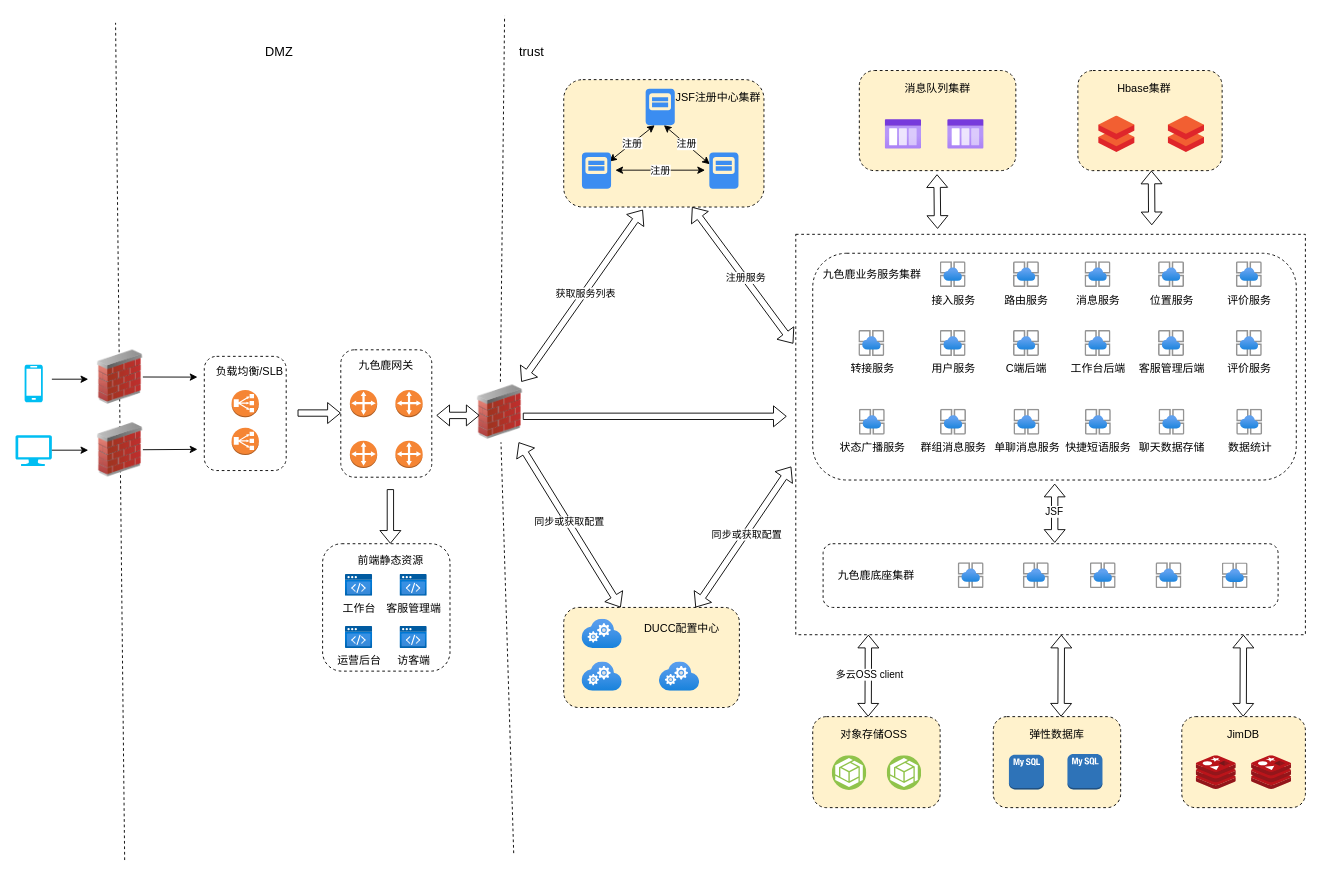
This is 九色鹿部署架构图.drawio from greenabyss/image, a draw.io file, before an edit. Source tidied: cells renumbered, new cells numbered last; positions are measured from the earlier drawing's top-left corner, leaving out a move shared by most shapes. Both pictures are drawn from the tidied source at 91%, with x=0, y=0 at pixel (15, 15).
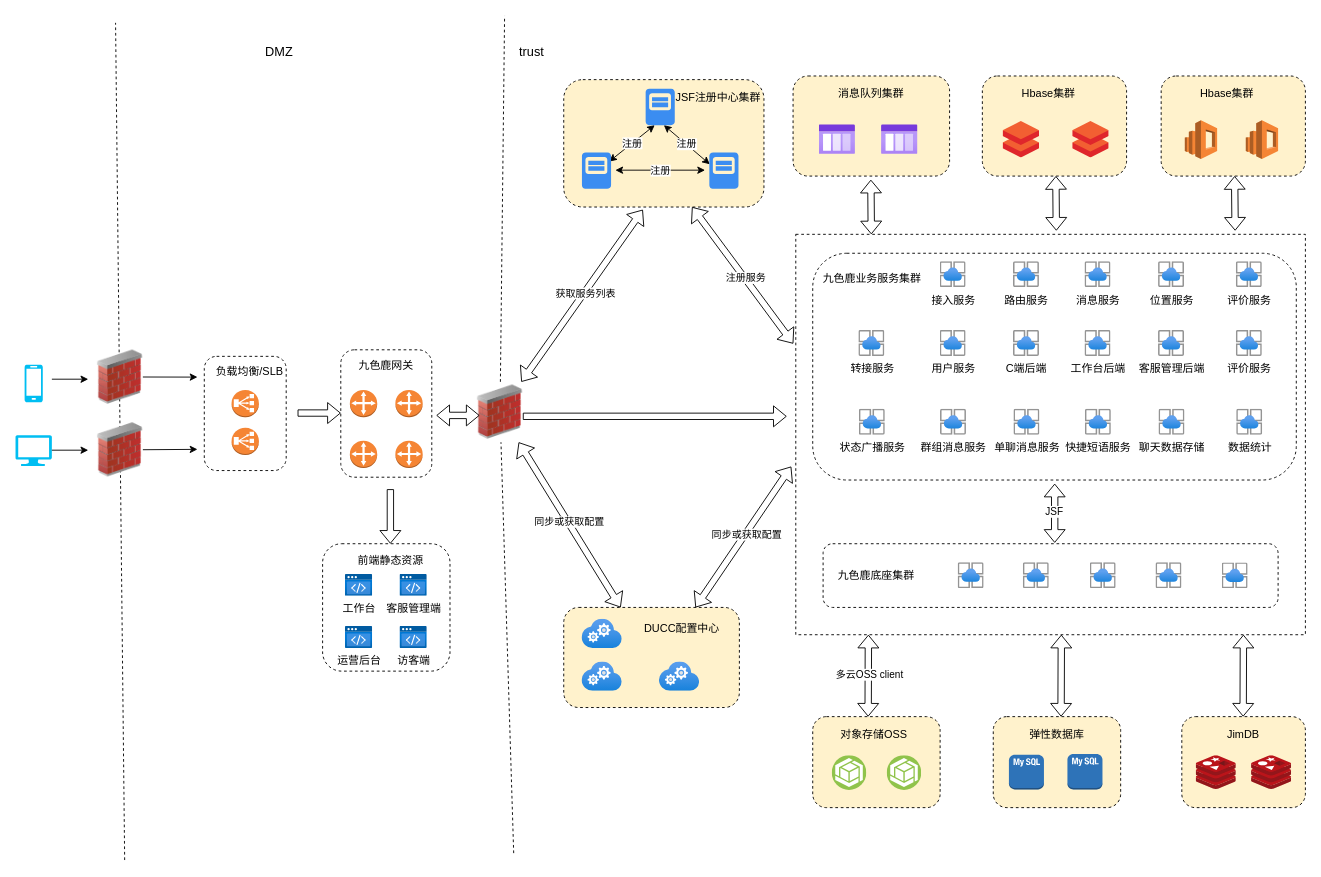
Above is the later version.

Commit message (it also covers changes not shown here):
更新九色鹿部署架构图.drawio

The edit, as a diff of the source:
```diff
@@
     <mxCell id="2" style="rounded=1;whiteSpace=wrap;html=1;dashed=1;fillColor=#FFF2CC;" parent="1" vertex="1">
-      <mxGeometry x="1168" y="60" width="158.5" height="110" as="geometry" />
+      <mxGeometry x="1063" y="66" width="158.5" height="110" as="geometry" />
     </mxCell>
@@
     <mxCell id="10" value="九色鹿业务服务集群" style="text;html=1;strokeColor=none;fillColor=none;align=center;verticalAlign=middle;whiteSpace=wrap;rounded=0;dashed=1;" parent="1" vertex="1">
-      <mxGeometry x="876.6" y="274.2" width="130" height="20" as="geometry" />
+      <mxGeometry x="877" y="278.5" width="130" height="20" as="geometry" />
     </mxCell>
@@
     <mxCell id="58" style="rounded=1;whiteSpace=wrap;html=1;dashed=1;fillColor=#FFF2CC;" parent="1" vertex="1">
-      <mxGeometry x="927.8" y="60" width="172" height="110" as="geometry" />
+      <mxGeometry x="855" y="66" width="172" height="110" as="geometry" />
     </mxCell>
     <mxCell id="59" style="html=1;align=center;image;fontSize=12;image=img/lib/azure2/general/Storage_Queue.svg;rounded=1;dashed=1;fillColor=#FFF2CC;" parent="1" vertex="1">
-      <mxGeometry x="956.2" y="110" width="40" height="40" as="geometry" />
+      <mxGeometry x="883.5" y="116" width="40" height="40" as="geometry" />
     </mxCell>
     <mxCell id="60" style="html=1;align=center;image;fontSize=12;image=img/lib/azure2/general/Storage_Queue.svg;rounded=1;dashed=1;fillColor=#FFF2CC;" parent="1" vertex="1">
-      <mxGeometry x="1024.9" y="110" width="40" height="40" as="geometry" />
+      <mxGeometry x="952.2" y="116" width="40" height="40" as="geometry" />
     </mxCell>
     <mxCell id="61" value="消息队列集群" style="text;html=1;strokeColor=none;fillColor=none;align=center;verticalAlign=middle;whiteSpace=wrap;rounded=0;dashed=1;" parent="1" vertex="1">
-      <mxGeometry x="948.8" y="70" width="130" height="20" as="geometry" />
+      <mxGeometry x="876" y="76" width="130" height="20" as="geometry" />
     </mxCell>
     <mxCell id="62" style="shape=flexArrow;endArrow=classic;startArrow=classic;html=1;width=7;endWidth=15;endSize=4.33;startWidth=15;startSize=4.33;" parent="1" edge="1">
       <mxGeometry relative="1" as="geometry">
-        <mxPoint x="1013.8" y="234" as="sourcePoint" />
-        <mxPoint x="1013.2" y="174" as="targetPoint" />
+        <mxPoint x="941" y="240" as="sourcePoint" />
+        <mxPoint x="940.5" y="180" as="targetPoint" />
       </mxGeometry>
     </mxCell>
@@
     <mxCell id="71" style="html=1;align=center;image;fontSize=12;image=img/lib/mscae/Databricks.svg;rounded=1;dashed=1;fillColor=#FFF2CC;" parent="1" vertex="1">
-      <mxGeometry x="1190.8" y="110" width="40" height="40" as="geometry" />
+      <mxGeometry x="1085.8" y="116" width="40" height="40" as="geometry" />
     </mxCell>
     <mxCell id="72" style="html=1;align=center;image;fontSize=12;image=img/lib/mscae/Databricks.svg;rounded=1;dashed=1;fillColor=#FFF2CC;" parent="1" vertex="1">
-      <mxGeometry x="1267.2" y="110" width="40" height="40" as="geometry" />
+      <mxGeometry x="1162.3" y="116" width="40" height="40" as="geometry" />
     </mxCell>
     <mxCell id="73" value="Hbase集群" style="text;html=1;strokeColor=none;fillColor=none;align=center;verticalAlign=middle;whiteSpace=wrap;rounded=0;dashed=1;" parent="1" vertex="1">
-      <mxGeometry x="1175.8" y="70" width="130" height="20" as="geometry" />
+      <mxGeometry x="1070.8" y="76" width="130" height="20" as="geometry" />
     </mxCell>
     <mxCell id="74" style="shape=flexArrow;endArrow=classic;startArrow=classic;html=1;width=7;endWidth=15;endSize=4.33;startWidth=15;startSize=4.33;" parent="1" edge="1">
       <mxGeometry relative="1" as="geometry">
-        <mxPoint x="1249.2" y="230" as="sourcePoint" />
-        <mxPoint x="1248.8" y="170" as="targetPoint" />
+        <mxPoint x="1144.3" y="236" as="sourcePoint" />
+        <mxPoint x="1143.8" y="176" as="targetPoint" />
       </mxGeometry>
     </mxCell>
@@
+    <mxCell id="112" style="rounded=1;whiteSpace=wrap;html=1;dashed=1;fillColor=#FFF2CC;" parent="1" vertex="1">
+      <mxGeometry x="1259.5" y="66" width="158.5" height="110" as="geometry" />
+    </mxCell>
+    <mxCell id="113" value="Hbase集群" style="text;html=1;strokeColor=none;fillColor=none;align=center;verticalAlign=middle;whiteSpace=wrap;rounded=0;dashed=1;" parent="1" vertex="1">
+      <mxGeometry x="1267.2" y="76" width="130" height="20" as="geometry" />
+    </mxCell>
+    <mxCell id="114" style="shape=flexArrow;endArrow=classic;startArrow=classic;html=1;width=7;endWidth=15;endSize=4.33;startWidth=15;startSize=4.33;" parent="1" edge="1">
+      <mxGeometry relative="1" as="geometry">
+        <mxPoint x="1340.8" y="236" as="sourcePoint" />
+        <mxPoint x="1340.2" y="176" as="targetPoint" />
+      </mxGeometry>
+    </mxCell>
+    <mxCell id="115" style="dashed=0;verticalLabelPosition=bottom;verticalAlign=top;align=center;html=1;shape=mxgraph.aws3.elasticsearch_service;fillColor=#F58534;gradientColor=none;rounded=0;fontColor=#FF6666;" parent="1" vertex="1">
+      <mxGeometry x="1285.5" y="114.7" width="35.5" height="42.6" as="geometry" />
+    </mxCell>
+    <mxCell id="116" style="dashed=0;verticalLabelPosition=bottom;verticalAlign=top;align=center;html=1;shape=mxgraph.aws3.elasticsearch_service;fillColor=#F58534;gradientColor=none;rounded=0;fontColor=#FF6666;" parent="1" vertex="1">
+      <mxGeometry x="1352.5" y="114.7" width="35.5" height="42.6" as="geometry" />
+    </mxCell>
```
